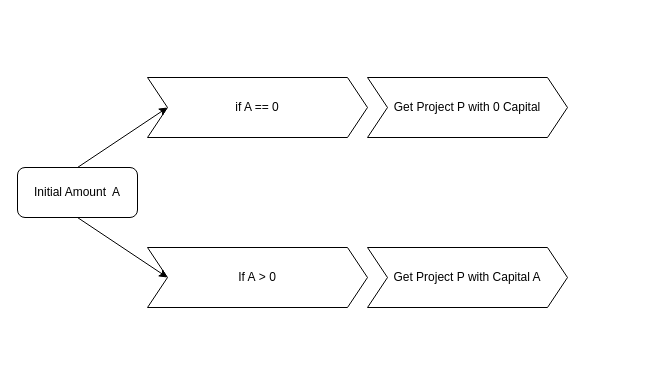
Above: Untitled Diagram.drawio in NavinKumarKS/www.draw_io (draw.io), before the change. Source tidied: cells renumbered, new cells numbered last; positions are measured from the earlier drawing's top-left corner, leaving out a move shared by most shapes. Both pictures are drawn from the tidied source at 100%, with x=0, y=0 at pixel (17, 77).
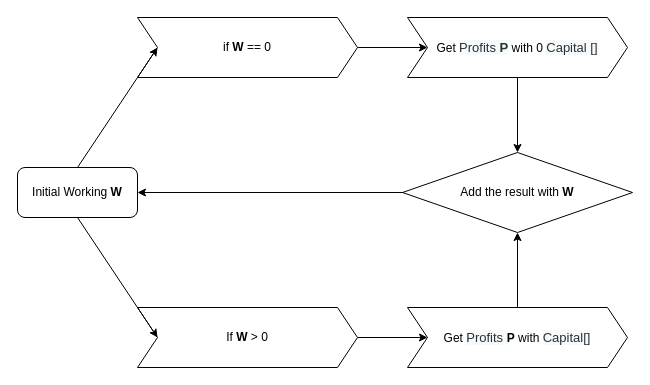
Above is the later version.

Change to the diagram source:
```diff
@@
 <mxGraphModel background="#ffffff">
   <root>
     <mxCell id="0" />
     <mxCell id="1" parent="0" />
-    <mxCell id="2" value="Initial Amount&amp;nbsp; A" style="rounded=1;whiteSpace=wrap;html=1;" parent="1" vertex="1">
+    <mxCell id="2" value="Initial Working&amp;nbsp;&lt;b&gt;W&lt;/b&gt;" style="rounded=1;whiteSpace=wrap;html=1;" parent="1" vertex="1">
       <mxGeometry y="90" width="120" height="50" as="geometry" />
     </mxCell>
+    <mxCell id="9" style="edgeStyle=orthogonalEdgeStyle;rounded=0;jettySize=auto;html=1;" parent="1" edge="1" source="3" target="11">
+      <mxGeometry relative="1" as="geometry" />
+    </mxCell>
-    <mxCell id="3" value="if A == 0" style="shape=step;perimeter=stepPerimeter;whiteSpace=wrap;html=1;fixedSize=1;" parent="1" vertex="1">
-      <mxGeometry x="130" width="220" height="60" as="geometry" />
+    <mxCell id="3" value="if &lt;b&gt;W&lt;/b&gt; == 0" style="shape=step;perimeter=stepPerimeter;whiteSpace=wrap;html=1;fixedSize=1;" parent="1" vertex="1">
+      <mxGeometry x="120" y="-60" width="220" height="60" as="geometry" />
     </mxCell>
+    <mxCell id="10" style="edgeStyle=orthogonalEdgeStyle;rounded=0;jettySize=auto;html=1;entryX=0.5;entryY=0;entryDx=0;entryDy=0;" parent="1" edge="1" source="11" target="16">
+      <mxGeometry relative="1" as="geometry" />
+    </mxCell>
+    <mxCell id="11" value="Get&amp;nbsp;&lt;span style=&quot;background-color: rgb(247 , 249 , 250) ; color: rgb(38 , 50 , 56) ; font-family: , &amp;#34;consolas&amp;#34; , &amp;#34;liberation mono&amp;#34; , &amp;#34;menlo&amp;#34; , &amp;#34;courier&amp;#34; , monospace ; font-size: 13px ; white-space: pre-wrap&quot;&gt;Profits &lt;b&gt;P&lt;/b&gt;&lt;/span&gt;&amp;nbsp;with 0&amp;nbsp;&lt;span style=&quot;background-color: rgb(247 , 249 , 250) ; color: rgb(38 , 50 , 56) ; font-family: , &amp;#34;consolas&amp;#34; , &amp;#34;liberation mono&amp;#34; , &amp;#34;menlo&amp;#34; , &amp;#34;courier&amp;#34; , monospace ; font-size: 13px ; white-space: pre-wrap&quot;&gt;Capital []&lt;/span&gt;" style="shape=step;perimeter=stepPerimeter;whiteSpace=wrap;html=1;fixedSize=1;" parent="1" vertex="1">
+      <mxGeometry x="390" y="-60" width="220" height="60" as="geometry" />
+    </mxCell>
+    <mxCell id="12" style="edgeStyle=orthogonalEdgeStyle;rounded=0;jettySize=auto;html=1;entryX=1;entryY=0.5;entryDx=0;entryDy=0;exitX=0.043;exitY=0.5;exitDx=0;exitDy=0;exitPerimeter=0;" parent="1" edge="1" source="16" target="2">
+      <mxGeometry relative="1" as="geometry" />
+    </mxCell>
+    <mxCell id="13" style="edgeStyle=orthogonalEdgeStyle;rounded=0;jettySize=auto;html=1;" parent="1" edge="1" source="4" target="15">
+      <mxGeometry relative="1" as="geometry" />
+    </mxCell>
-    <mxCell id="4" value="If A&amp;nbsp;&amp;gt; 0" style="shape=step;perimeter=stepPerimeter;whiteSpace=wrap;html=1;fixedSize=1;" parent="1" vertex="1">
-      <mxGeometry x="130" y="170" width="220" height="60" as="geometry" />
+    <mxCell id="4" value="If &lt;b&gt;W&lt;/b&gt; &amp;gt; 0" style="shape=step;perimeter=stepPerimeter;whiteSpace=wrap;html=1;fixedSize=1;" parent="1" vertex="1">
+      <mxGeometry x="120" y="230" width="220" height="60" as="geometry" />
     </mxCell>
+    <mxCell id="14" style="edgeStyle=orthogonalEdgeStyle;rounded=0;jettySize=auto;html=1;entryX=0.5;entryY=1;entryDx=0;entryDy=0;" parent="1" edge="1" source="15" target="16">
+      <mxGeometry relative="1" as="geometry" />
+    </mxCell>
+    <mxCell id="15" value="Get&amp;nbsp;&lt;span style=&quot;background-color: rgb(247 , 249 , 250) ; color: rgb(38 , 50 , 56) ; font-family: , &amp;#34;consolas&amp;#34; , &amp;#34;liberation mono&amp;#34; , &amp;#34;menlo&amp;#34; , &amp;#34;courier&amp;#34; , monospace ; font-size: 13px ; white-space: pre-wrap&quot;&gt;Profits &lt;/span&gt;&lt;b&gt;P&lt;/b&gt; with&amp;nbsp;&lt;span style=&quot;background-color: rgb(247 , 249 , 250) ; color: rgb(38 , 50 , 56) ; font-family: , &amp;#34;consolas&amp;#34; , &amp;#34;liberation mono&amp;#34; , &amp;#34;menlo&amp;#34; , &amp;#34;courier&amp;#34; , monospace ; font-size: 13px ; white-space: pre-wrap&quot;&gt;Capital[]&lt;/span&gt;" style="shape=step;perimeter=stepPerimeter;whiteSpace=wrap;html=1;fixedSize=1;" parent="1" vertex="1">
+      <mxGeometry x="390" y="230" width="220" height="60" as="geometry" />
+    </mxCell>
     <mxCell id="5" style="endArrow=classic;html=1;entryX=0;entryY=0.5;entryDx=0;entryDy=0;exitX=0.5;exitY=0;exitDx=0;exitDy=0;" parent="1" edge="1" source="2" target="3">
       <mxGeometry relative="1" as="geometry" />
     </mxCell>
     <mxCell id="6" style="endArrow=classic;html=1;exitX=0.5;exitY=1;exitDx=0;exitDy=0;entryX=0;entryY=0.5;entryDx=0;entryDy=0;" parent="1" edge="1" source="2" target="4">
       <mxGeometry relative="1" as="geometry" />
     </mxCell>
-    <mxCell id="7" value="Get Project P with 0 Capital" style="shape=step;perimeter=stepPerimeter;whiteSpace=wrap;html=1;fixedSize=1;" parent="1" vertex="1">
-      <mxGeometry x="350" width="200" height="60" as="geometry" />
-    </mxCell>
-    <mxCell id="8" value="Get Project P with Capital A" style="shape=step;perimeter=stepPerimeter;whiteSpace=wrap;html=1;fixedSize=1;" parent="1" vertex="1">
-      <mxGeometry x="350" y="170" width="200" height="60" as="geometry" />
-    </mxCell>
+    <mxCell id="16" value="&lt;span style=&quot;white-space: normal&quot;&gt;Add the result with&amp;nbsp;&lt;/span&gt;&lt;b style=&quot;white-space: normal&quot;&gt;W&lt;/b&gt;" style="rhombus;whiteSpace=wrap;html=1;" parent="1" vertex="1">
+      <mxGeometry x="385" y="75" width="230" height="80" as="geometry" />
+    </mxCell>
   </root>
 </mxGraphModel>
```
